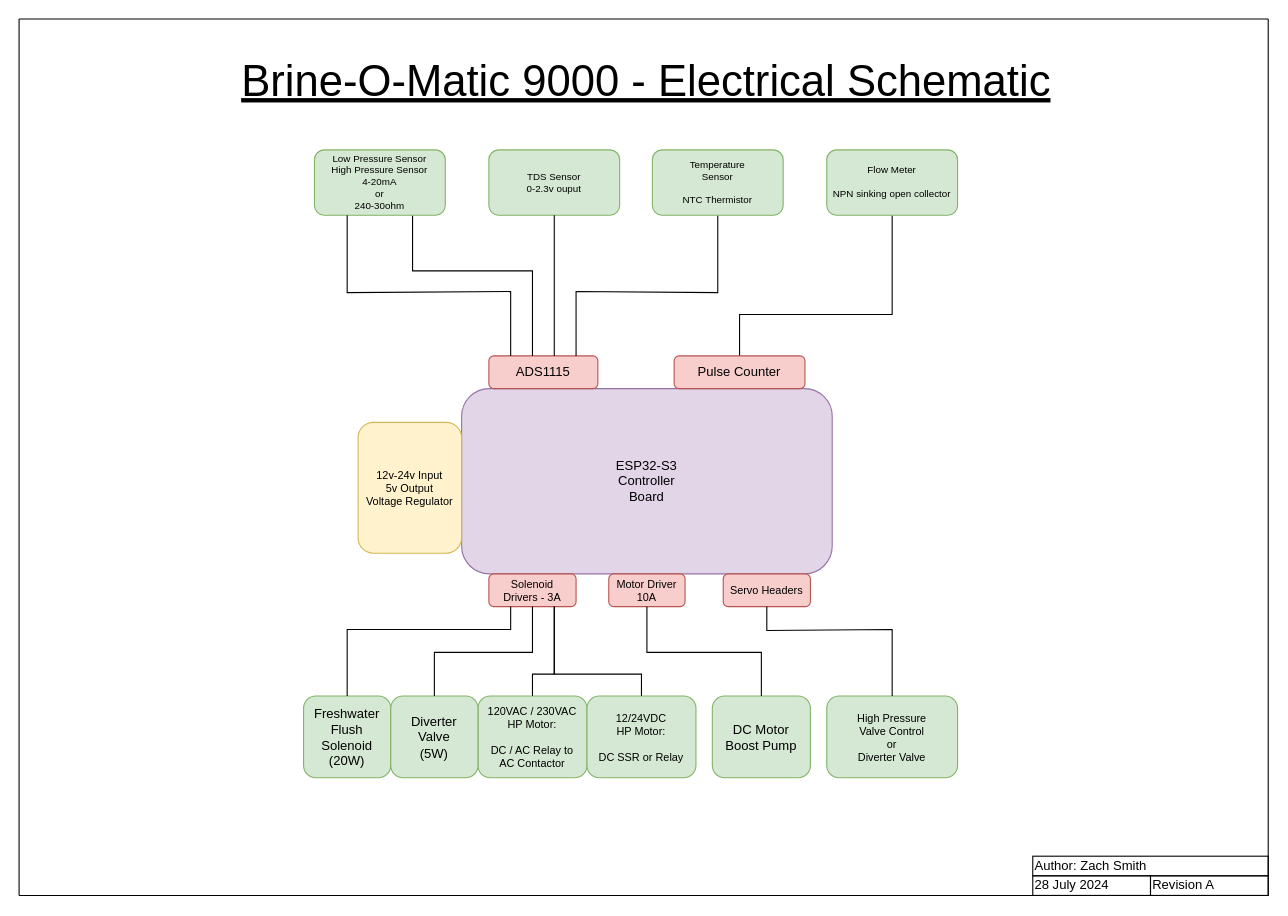
Earlier version of the draw.io diagram page "Electrical" (2 of 5) of Brine-o-Matic 9000.drawio (hoeken/brineomatic). Source tidied: cells renumbered, new cells numbered last; positions are measured from the earlier drawing's top-left corner, leaving out a move shared by most shapes. Both pictures are drawn from the tidied source at 109%, with x=0, y=0 at pixel (19, 19).
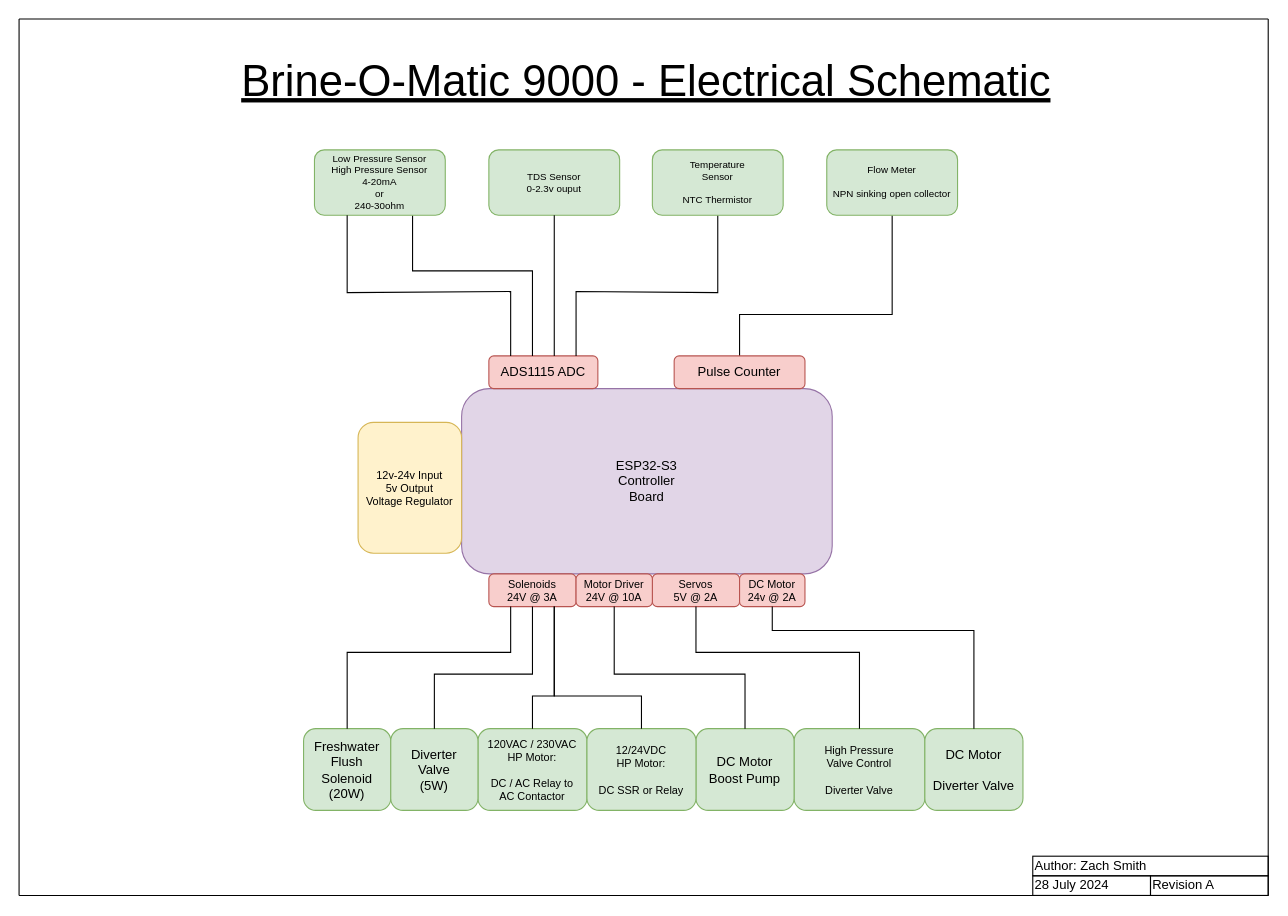
The same page after the edit.

What changed in the source:
```diff
@@
     <mxCell id="3" value="Freshwater&lt;br style=&quot;font-size: 12px;&quot;&gt;Flush&lt;br style=&quot;font-size: 12px;&quot;&gt;Solenoid&lt;br&gt;(20W)" style="rounded=1;whiteSpace=wrap;html=1;fillColor=#d5e8d4;strokeColor=#82b366;fontSize=12;" parent="1" vertex="1">
-      <mxGeometry x="261" y="621" width="80" height="75" as="geometry" />
+      <mxGeometry x="261" y="651" width="80" height="75" as="geometry" />
     </mxCell>
     <mxCell id="4" value="120VAC / 230VAC&lt;br&gt;HP Motor:&lt;br&gt;&lt;br style=&quot;font-size: 10px;&quot;&gt;DC / AC Relay to&lt;br style=&quot;font-size: 10px;&quot;&gt;AC Contactor" style="rounded=1;whiteSpace=wrap;html=1;fillColor=#d5e8d4;strokeColor=#82b366;fontSize=10;" parent="1" vertex="1">
-      <mxGeometry x="421" y="621" width="100" height="75" as="geometry" />
+      <mxGeometry x="421" y="651" width="100" height="75" as="geometry" />
     </mxCell>
-    <mxCell id="5" value="High Pressure&lt;br style=&quot;font-size: 10px;&quot;&gt;Valve Control&lt;br&gt;or&lt;br&gt;Diverter Valve" style="rounded=1;whiteSpace=wrap;html=1;fillColor=#d5e8d4;strokeColor=#82b366;fontSize=10;" parent="1" vertex="1">
-      <mxGeometry x="741" y="621" width="120" height="75" as="geometry" />
+    <mxCell id="5" value="High Pressure&lt;br style=&quot;font-size: 10px;&quot;&gt;Valve Control&lt;br&gt;&lt;br&gt;Diverter Valve" style="rounded=1;whiteSpace=wrap;html=1;fillColor=#d5e8d4;strokeColor=#82b366;fontSize=10;" parent="1" vertex="1">
+      <mxGeometry x="711" y="651" width="120" height="75" as="geometry" />
     </mxCell>
@@
     <mxCell id="7" value="Diverter&lt;br&gt;Valve&lt;br&gt;(5W)" style="rounded=1;whiteSpace=wrap;html=1;fillColor=#d5e8d4;strokeColor=#82b366;" parent="1" vertex="1">
-      <mxGeometry x="341" y="621" width="80" height="75" as="geometry" />
+      <mxGeometry x="341" y="651" width="80" height="75" as="geometry" />
     </mxCell>
-    <mxCell id="8" value="ADS1115" style="rounded=1;whiteSpace=wrap;html=1;fillColor=#f8cecc;strokeColor=#b85450;points=[[0,0,0,0,0],[0,0.23,0,0,0],[0,0.5,0,0,0],[0,0.77,0,0,0],[0,1,0,0,0],[0.2,0,0,0,0],[0.25,1,0,0,0],[0.4,0,0,0,0],[0.5,1,0,0,0],[0.6,0,0,0,0],[0.75,1,0,0,0],[0.8,0,0,0,0],[1,0,0,0,0],[1,0.27,0,0,0],[1,0.5,0,0,0],[1,0.77,0,0,0],[1,1,0,0,0]];" parent="1" vertex="1">
+    <mxCell id="8" value="ADS1115 ADC" style="rounded=1;whiteSpace=wrap;html=1;fillColor=#f8cecc;strokeColor=#b85450;points=[[0,0,0,0,0],[0,0.23,0,0,0],[0,0.5,0,0,0],[0,0.77,0,0,0],[0,1,0,0,0],[0.2,0,0,0,0],[0.25,1,0,0,0],[0.4,0,0,0,0],[0.5,1,0,0,0],[0.6,0,0,0,0],[0.75,1,0,0,0],[0.8,0,0,0,0],[1,0,0,0,0],[1,0.27,0,0,0],[1,0.5,0,0,0],[1,0.77,0,0,0],[1,1,0,0,0]];" parent="1" vertex="1">
       <mxGeometry x="431" y="309" width="100" height="30" as="geometry" />
     </mxCell>
@@
-    <mxCell id="14" value="Solenoid&lt;br style=&quot;font-size: 10px;&quot;&gt;Drivers - 3A" style="rounded=1;whiteSpace=wrap;html=1;fillColor=#f8cecc;strokeColor=#b85450;points=[[0,0,0,0,0],[0,0.23,0,0,0],[0,0.5,0,0,0],[0,0.77,0,0,0],[0,1,0,0,0],[0.2,0,0,0,0],[0.25,1,0,0,0],[0.4,0,0,0,0],[0.5,1,0,0,0],[0.6,0,0,0,0],[0.75,1,0,0,0],[0.8,0,0,0,0],[1,0,0,0,0],[1,0.27,0,0,0],[1,0.5,0,0,0],[1,0.77,0,0,0],[1,1,0,0,0]];fontSize=10;" parent="1" vertex="1">
+    <mxCell id="14" value="Solenoids&lt;br style=&quot;font-size: 10px;&quot;&gt;24V @ 3A" style="rounded=1;whiteSpace=wrap;html=1;fillColor=#f8cecc;strokeColor=#b85450;points=[[0,0,0,0,0],[0,0.23,0,0,0],[0,0.5,0,0,0],[0,0.77,0,0,0],[0,1,0,0,0],[0.2,0,0,0,0],[0.25,1,0,0,0],[0.4,0,0,0,0],[0.5,1,0,0,0],[0.6,0,0,0,0],[0.75,1,0,0,0],[0.8,0,0,0,0],[1,0,0,0,0],[1,0.27,0,0,0],[1,0.5,0,0,0],[1,0.77,0,0,0],[1,1,0,0,0]];fontSize=10;" parent="1" vertex="1">
       <mxGeometry x="431" y="509" width="80" height="30" as="geometry" />
     </mxCell>
-    <mxCell id="15" style="endArrow=none;html=1;rounded=0;fontSize=10;exitX=0.5;exitY=0;exitDx=0;exitDy=0;entryX=0.25;entryY=1;entryDx=0;entryDy=0;entryPerimeter=0;" parent="1" edge="1" source="3" target="14">
+    <mxCell id="15" style="endArrow=none;html=1;rounded=0;fontSize=10;exitX=0.5;exitY=0;exitDx=0;exitDy=0;entryX=0.25;entryY=1;entryDx=0;entryDy=0;entryPerimeter=0;edgeStyle=orthogonalEdgeStyle;" parent="1" edge="1" source="3" target="14">
       <mxGeometry relative="1" as="geometry">
         <Array as="points">
-          <mxPoint x="301" y="560" />
-          <mxPoint x="451" y="560" />
+          <mxPoint x="301" y="581" />
+          <mxPoint x="451" y="581" />
         </Array>
       </mxGeometry>
     </mxCell>
-    <mxCell id="16" style="endArrow=none;html=1;rounded=0;fontSize=10;exitX=0.5;exitY=0;exitDx=0;exitDy=0;entryX=0.5;entryY=1;entryDx=0;entryDy=0;entryPerimeter=0;" parent="1" edge="1" source="7" target="14">
+    <mxCell id="16" style="endArrow=none;html=1;rounded=0;fontSize=10;exitX=0.5;exitY=0;exitDx=0;exitDy=0;entryX=0.5;entryY=1;entryDx=0;entryDy=0;entryPerimeter=0;edgeStyle=orthogonalEdgeStyle;" parent="1" edge="1" source="7" target="14">
       <mxGeometry relative="1" as="geometry">
         <Array as="points">
-          <mxPoint x="381" y="581" />
-          <mxPoint x="471" y="581" />
+          <mxPoint x="381" y="601" />
+          <mxPoint x="471" y="601" />
         </Array>
       </mxGeometry>
     </mxCell>
-    <mxCell id="17" style="endArrow=none;html=1;rounded=0;fontSize=10;exitX=0.75;exitY=1;exitDx=0;exitDy=0;exitPerimeter=0;entryX=0.5;entryY=0;entryDx=0;entryDy=0;" parent="1" edge="1" source="14" target="4">
+    <mxCell id="17" style="endArrow=none;html=1;rounded=0;fontSize=10;exitX=0.75;exitY=1;exitDx=0;exitDy=0;exitPerimeter=0;entryX=0.5;entryY=0;entryDx=0;entryDy=0;edgeStyle=orthogonalEdgeStyle;" parent="1" edge="1" source="14" target="4">
       <mxGeometry relative="1" as="geometry">
         <Array as="points">
-          <mxPoint x="491" y="601" />
-          <mxPoint x="471" y="601" />
+          <mxPoint x="491" y="621" />
+          <mxPoint x="471" y="621" />
         </Array>
       </mxGeometry>
     </mxCell>
-    <mxCell id="18" value="Servo Headers" style="rounded=1;whiteSpace=wrap;html=1;fillColor=#f8cecc;strokeColor=#b85450;points=[[0,0,0,0,0],[0,0.23,0,0,0],[0,0.5,0,0,0],[0,0.77,0,0,0],[0,1,0,0,0],[0.2,0,0,0,0],[0.25,1,0,0,0],[0.4,0,0,0,0],[0.5,1,0,0,0],[0.6,0,0,0,0],[0.75,1,0,0,0],[0.8,0,0,0,0],[1,0,0,0,0],[1,0.27,0,0,0],[1,0.5,0,0,0],[1,0.77,0,0,0],[1,1,0,0,0]];fontSize=10;" parent="1" vertex="1">
-      <mxGeometry x="646" y="509" width="80" height="30" as="geometry" />
+    <mxCell id="18" value="Servos&lt;br&gt;5V @ 2A" style="rounded=1;whiteSpace=wrap;html=1;fillColor=#f8cecc;strokeColor=#b85450;points=[[0,0,0,0,0],[0,0.23,0,0,0],[0,0.5,0,0,0],[0,0.77,0,0,0],[0,1,0,0,0],[0.2,0,0,0,0],[0.25,1,0,0,0],[0.4,0,0,0,0],[0.5,1,0,0,0],[0.6,0,0,0,0],[0.75,1,0,0,0],[0.8,0,0,0,0],[1,0,0,0,0],[1,0.27,0,0,0],[1,0.5,0,0,0],[1,0.77,0,0,0],[1,1,0,0,0]];fontSize=10;" parent="1" vertex="1">
+      <mxGeometry x="581" y="509" width="80" height="30" as="geometry" />
     </mxCell>
-    <mxCell id="19" style="endArrow=none;html=1;rounded=0;fontSize=10;exitX=0.5;exitY=1;exitDx=0;exitDy=0;exitPerimeter=0;entryX=0.5;entryY=0;entryDx=0;entryDy=0;" parent="1" edge="1" source="18" target="5">
+    <mxCell id="19" style="endArrow=none;html=1;rounded=0;fontSize=10;exitX=0.5;exitY=1;exitDx=0;exitDy=0;exitPerimeter=0;entryX=0.5;entryY=0;entryDx=0;entryDy=0;edgeStyle=orthogonalEdgeStyle;" parent="1" edge="1" source="18" target="5">
       <mxGeometry relative="1" as="geometry">
         <Array as="points">
-          <mxPoint x="686" y="561" />
-          <mxPoint x="801" y="560" />
+          <mxPoint x="621" y="581" />
+          <mxPoint x="771" y="581" />
         </Array>
       </mxGeometry>
     </mxCell>
@@
     <mxCell id="31" value="DC Motor&lt;br&gt;Boost Pump" style="rounded=1;whiteSpace=wrap;html=1;fillColor=#d5e8d4;strokeColor=#82b366;" parent="1" vertex="1">
-      <mxGeometry x="636" y="621" width="90" height="75" as="geometry" />
+      <mxGeometry x="621" y="651" width="90" height="75" as="geometry" />
     </mxCell>
-    <mxCell id="32" value="Motor Driver&lt;br&gt;10A" style="rounded=1;whiteSpace=wrap;html=1;fillColor=#f8cecc;strokeColor=#b85450;points=[[0,0,0,0,0],[0,0.23,0,0,0],[0,0.5,0,0,0],[0,0.77,0,0,0],[0,1,0,0,0],[0.2,0,0,0,0],[0.25,1,0,0,0],[0.4,0,0,0,0],[0.5,1,0,0,0],[0.6,0,0,0,0],[0.75,1,0,0,0],[0.8,0,0,0,0],[1,0,0,0,0],[1,0.27,0,0,0],[1,0.5,0,0,0],[1,0.77,0,0,0],[1,1,0,0,0]];fontSize=10;" parent="1" vertex="1">
-      <mxGeometry x="541" y="509" width="70" height="30" as="geometry" />
+    <mxCell id="32" value="Motor Driver&lt;br&gt;24V @ 10A" style="rounded=1;whiteSpace=wrap;html=1;fillColor=#f8cecc;strokeColor=#b85450;points=[[0,0,0,0,0],[0,0.23,0,0,0],[0,0.5,0,0,0],[0,0.77,0,0,0],[0,1,0,0,0],[0.2,0,0,0,0],[0.25,1,0,0,0],[0.4,0,0,0,0],[0.5,1,0,0,0],[0.6,0,0,0,0],[0.75,1,0,0,0],[0.8,0,0,0,0],[1,0,0,0,0],[1,0.27,0,0,0],[1,0.5,0,0,0],[1,0.77,0,0,0],[1,1,0,0,0]];fontSize=10;" parent="1" vertex="1">
+      <mxGeometry x="511" y="509" width="70" height="30" as="geometry" />
     </mxCell>
-    <mxCell id="33" style="endArrow=none;html=1;rounded=0;fontSize=10;exitX=0.5;exitY=1;exitDx=0;exitDy=0;exitPerimeter=0;entryX=0.5;entryY=0;entryDx=0;entryDy=0;" parent="1" edge="1" source="32" target="31">
+    <mxCell id="33" style="endArrow=none;html=1;rounded=0;fontSize=10;exitX=0.5;exitY=1;exitDx=0;exitDy=0;exitPerimeter=0;entryX=0.5;entryY=0;entryDx=0;entryDy=0;edgeStyle=orthogonalEdgeStyle;" parent="1" edge="1" source="32" target="31">
       <mxGeometry relative="1" as="geometry">
         <Array as="points">
-          <mxPoint x="576" y="581" />
-          <mxPoint x="681" y="581" />
+          <mxPoint x="546" y="601" />
+          <mxPoint x="666" y="601" />
         </Array>
       </mxGeometry>
     </mxCell>
     <mxCell id="34" value="12/24VDC&lt;br&gt;HP Motor:&lt;br&gt;&lt;br style=&quot;font-size: 10px;&quot;&gt;DC SSR or Relay" style="rounded=1;whiteSpace=wrap;html=1;fillColor=#d5e8d4;strokeColor=#82b366;fontSize=10;" parent="1" vertex="1">
-      <mxGeometry x="521" y="621" width="100" height="75" as="geometry" />
+      <mxGeometry x="521" y="651" width="100" height="75" as="geometry" />
     </mxCell>
-    <mxCell id="35" style="endArrow=none;html=1;rounded=0;fontSize=10;entryX=0.5;entryY=0;entryDx=0;entryDy=0;exitX=0.75;exitY=1;exitDx=0;exitDy=0;exitPerimeter=0;" parent="1" edge="1" source="14" target="34">
+    <mxCell id="35" style="endArrow=none;html=1;rounded=0;fontSize=10;entryX=0.5;entryY=0;entryDx=0;entryDy=0;exitX=0.75;exitY=1;exitDx=0;exitDy=0;exitPerimeter=0;edgeStyle=orthogonalEdgeStyle;" parent="1" edge="1" source="14" target="34">
       <mxGeometry relative="1" as="geometry">
         <Array as="points">
-          <mxPoint x="491" y="601" />
-          <mxPoint x="571" y="601" />
+          <mxPoint x="491" y="621" />
+          <mxPoint x="571" y="621" />
         </Array>
       </mxGeometry>
     </mxCell>
@@
+    <mxCell id="38" value="DC Motor&lt;br&gt;&lt;br&gt;Diverter Valve" style="rounded=1;whiteSpace=wrap;html=1;fillColor=#d5e8d4;strokeColor=#82b366;" parent="1" vertex="1">
+      <mxGeometry x="831" y="651" width="90" height="75" as="geometry" />
+    </mxCell>
+    <mxCell id="39" value="DC Motor&lt;br&gt;24v @ 2A" style="rounded=1;whiteSpace=wrap;html=1;fillColor=#f8cecc;strokeColor=#b85450;points=[[0,0,0,0,0],[0,0.23,0,0,0],[0,0.5,0,0,0],[0,0.77,0,0,0],[0,1,0,0,0],[0.2,0,0,0,0],[0.25,1,0,0,0],[0.4,0,0,0,0],[0.5,1,0,0,0],[0.6,0,0,0,0],[0.75,1,0,0,0],[0.8,0,0,0,0],[1,0,0,0,0],[1,0.27,0,0,0],[1,0.5,0,0,0],[1,0.77,0,0,0],[1,1,0,0,0]];fontSize=10;" parent="1" vertex="1">
+      <mxGeometry x="661" y="509" width="60" height="30" as="geometry" />
+    </mxCell>
+    <mxCell id="40" style="endArrow=none;html=1;rounded=0;fontSize=10;exitX=0.5;exitY=1;exitDx=0;exitDy=0;exitPerimeter=0;entryX=0.5;entryY=0;entryDx=0;entryDy=0;edgeStyle=orthogonalEdgeStyle;" parent="1" edge="1" source="39" target="38">
+      <mxGeometry relative="1" as="geometry">
+        <Array as="points">
+          <mxPoint x="691" y="561" />
+          <mxPoint x="876" y="561" />
+        </Array>
+      </mxGeometry>
+    </mxCell>
```
